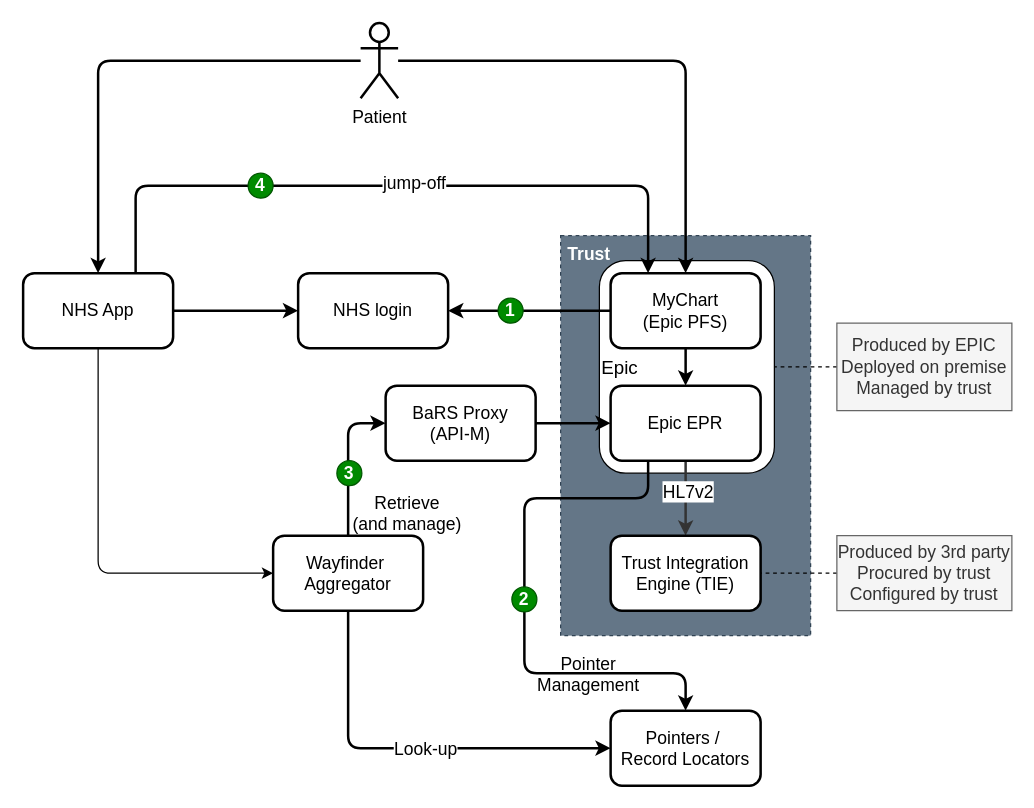
Before: pages/images/Figure2.drawio in NHSDigital/nhse-epr-integration, a draw.io diagram. Source tidied: cells renumbered, new cells numbered last; positions are measured from the earlier drawing's top-left corner, leaving out a move shared by most shapes. Both pictures are drawn from the tidied source at 125%, with x=0, y=0 at pixel (22, 22).
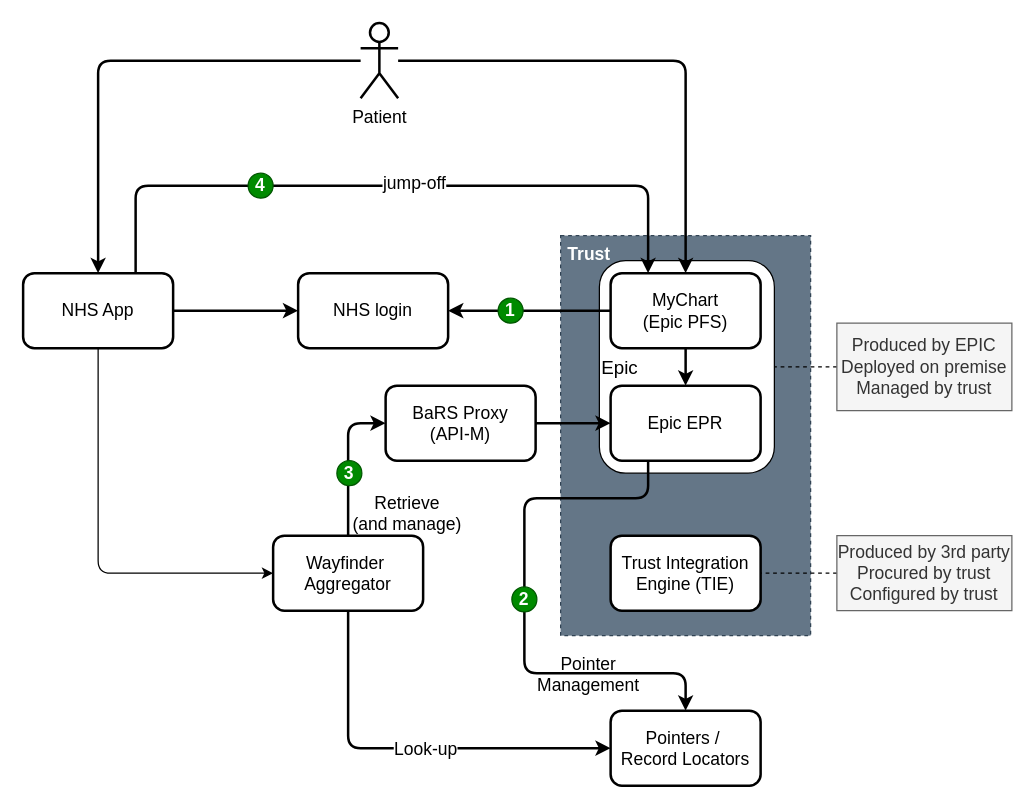
After the change.

Commit message (it also covers changes not shown here):
Minor changes to Figure2, added 2b (renumbered version)

The change refers to these unchanged cells:
```xml
<mxCell id="6" value="Epic EPR" style="rounded=1;whiteSpace=wrap;html=1;strokeWidth=2;fontSize=14;" parent="1" vertex="1">
  <mxGeometry x="470" y="290" width="120" height="60" as="geometry" />
</mxCell>
<mxCell id="7" value="Trust Integration Engine (TIE)" style="rounded=1;whiteSpace=wrap;html=1;strokeWidth=2;fontSize=14;" parent="1" vertex="1">
  <mxGeometry x="470" y="410" width="120" height="60" as="geometry" />
</mxCell>
```

Diff of the diagram source:
```diff
@@
-    <mxCell id="4" style="edgeStyle=orthogonalEdgeStyle;rounded=0;jettySize=auto;html=1;entryX=0.5;entryY=0;entryDx=0;entryDy=0;strokeWidth=2;fontSize=14;strokeColor=#333333;" parent="1" edge="1" source="6" target="7">
-      <mxGeometry relative="1" as="geometry" />
-    </mxCell>
-    <mxCell id="5" value="HL7v2" style="edgeLabel;html=1;align=center;verticalAlign=middle;fontSize=14;" parent="4" vertex="1">
-      <mxGeometry x="-0.2" y="1" relative="1" as="geometry" />
-    </mxCell>
```
